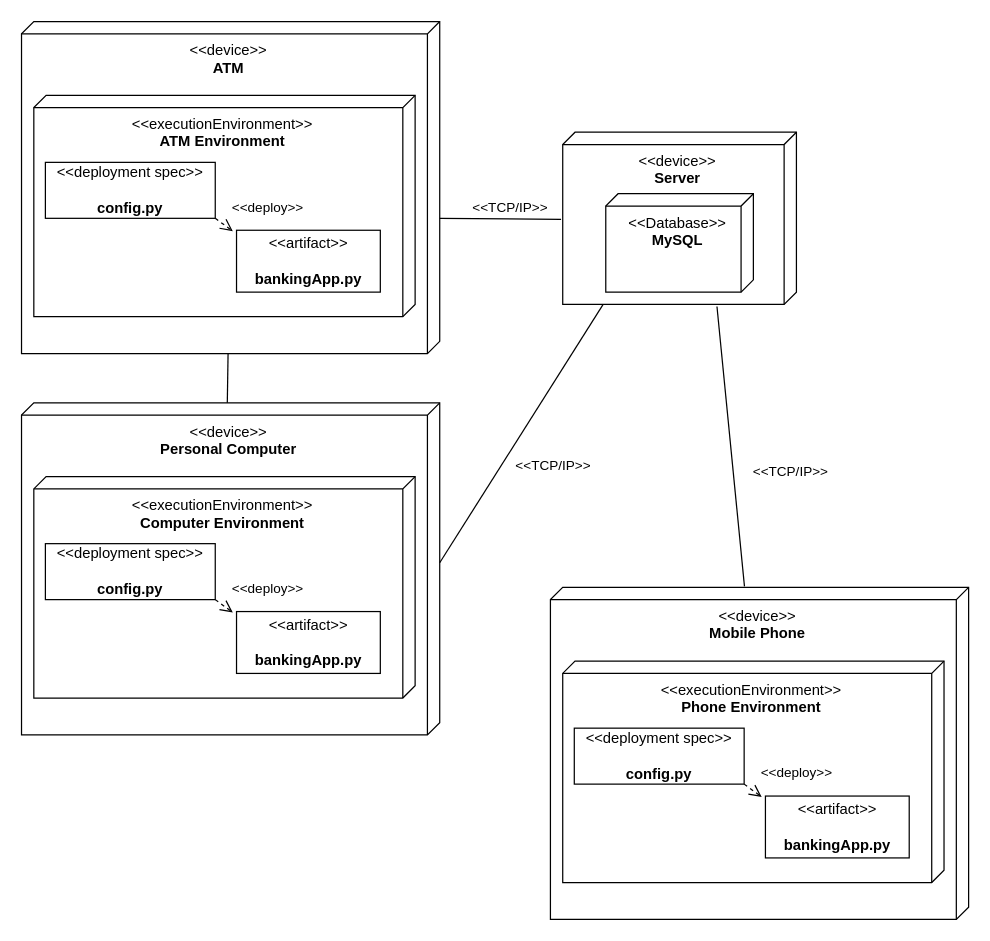
Above: Deployment.drawio in CKozlowski01/CMP9134-SoftwareEngineering (draw.io), before the change. Source tidied: cells renumbered, new cells numbered last; positions are measured from the earlier drawing's top-left corner, leaving out a move shared by most shapes. Both pictures are drawn from the tidied source at 123%, with x=0, y=0 at pixel (21, 21).
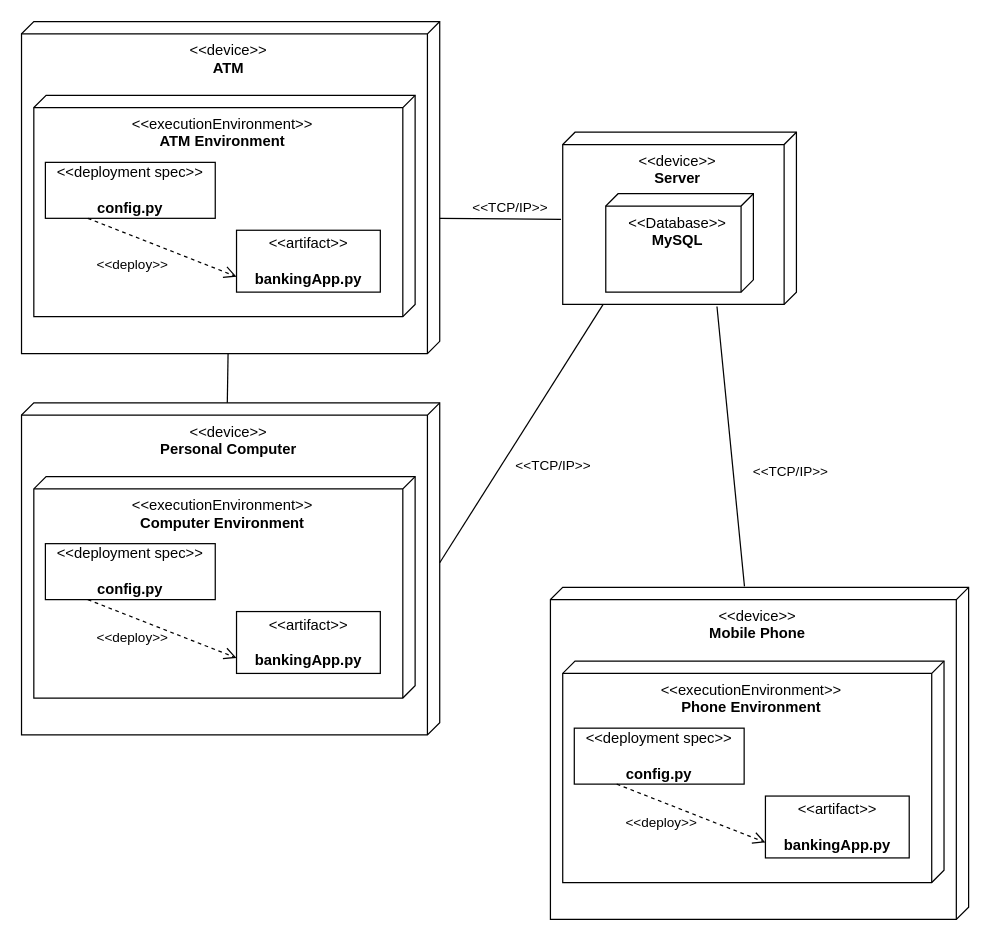
After the change.

Unchanged cells that the change refers to:
```xml
<mxCell id="3" value="&amp;lt;&amp;lt;device&amp;gt;&amp;gt;&lt;br&gt;&lt;b&gt;ATM&lt;/b&gt;" style="verticalAlign=top;align=center;shape=cube;size=10;direction=south;fontStyle=0;html=1;boundedLbl=1;spacingLeft=5;" parent="1" vertex="1">
  <mxGeometry width="340" height="270" as="geometry" />
</mxCell>
<mxCell id="5" value="&amp;lt;&amp;lt;deployment spec&amp;gt;&amp;gt;&lt;br&gt;&lt;br&gt;&lt;b&gt;config.py&lt;/b&gt;" style="html=1;align=center;verticalAlign=middle;dashed=0;" parent="3" vertex="1">
  <mxGeometry x="19.4" y="114.5" width="138.1" height="45.5" as="geometry" />
</mxCell>
<mxCell id="6" value="&amp;lt;&amp;lt;artifact&amp;gt;&amp;gt;&lt;br&gt;&lt;br&gt;&lt;b&gt;bankingApp.py&lt;/b&gt;" style="html=1;align=center;verticalAlign=middle;dashed=0;" parent="3" vertex="1">
  <mxGeometry x="174.8" y="169.7" width="116.9" height="50.3" as="geometry" />
</mxCell>
<mxCell id="11" value="&amp;lt;&amp;lt;device&amp;gt;&amp;gt;&lt;br&gt;&lt;b&gt;Personal Computer&lt;/b&gt;" style="verticalAlign=top;align=center;shape=cube;size=10;direction=south;fontStyle=0;html=1;boundedLbl=1;spacingLeft=5;" parent="1" vertex="1">
  <mxGeometry y="310" width="340" height="270" as="geometry" />
</mxCell>
<mxCell id="13" value="&amp;lt;&amp;lt;deployment spec&amp;gt;&amp;gt;&lt;br&gt;&lt;br&gt;&lt;b&gt;config.py&lt;/b&gt;" style="html=1;align=center;verticalAlign=middle;dashed=0;" parent="11" vertex="1">
  <mxGeometry x="19.4" y="114.5" width="138.1" height="45.5" as="geometry" />
</mxCell>
<mxCell id="14" value="&amp;lt;&amp;lt;artifact&amp;gt;&amp;gt;&lt;br&gt;&lt;br&gt;&lt;b&gt;bankingApp.py&lt;/b&gt;" style="html=1;align=center;verticalAlign=middle;dashed=0;" parent="11" vertex="1">
  <mxGeometry x="174.8" y="169.7" width="116.9" height="50.3" as="geometry" />
</mxCell>
<mxCell id="17" value="&amp;lt;&amp;lt;device&amp;gt;&amp;gt;&lt;br&gt;&lt;b&gt;Mobile Phone&lt;/b&gt;" style="verticalAlign=top;align=center;shape=cube;size=10;direction=south;fontStyle=0;html=1;boundedLbl=1;spacingLeft=5;" parent="1" vertex="1">
  <mxGeometry x="430" y="460" width="340" height="270" as="geometry" />
</mxCell>
<mxCell id="19" value="&amp;lt;&amp;lt;deployment spec&amp;gt;&amp;gt;&lt;br&gt;&lt;br&gt;&lt;b&gt;config.py&lt;/b&gt;" style="html=1;align=center;verticalAlign=middle;dashed=0;" parent="17" vertex="1">
  <mxGeometry x="19.4" y="114.5" width="138.1" height="45.5" as="geometry" />
</mxCell>
<mxCell id="20" value="&amp;lt;&amp;lt;artifact&amp;gt;&amp;gt;&lt;br&gt;&lt;br&gt;&lt;b&gt;bankingApp.py&lt;/b&gt;" style="html=1;align=center;verticalAlign=middle;dashed=0;" parent="17" vertex="1">
  <mxGeometry x="174.8" y="169.7" width="116.9" height="50.3" as="geometry" />
</mxCell>
```

Change to the diagram source:
```diff
@@
-    <mxCell id="7" value="&amp;lt;&amp;lt;deploy&amp;gt;&amp;gt;" style="endArrow=open;startArrow=none;endFill=0;startFill=0;endSize=8;html=1;verticalAlign=bottom;dashed=1;labelBackgroundColor=none;exitX=1;exitY=1;exitDx=0;exitDy=0;entryX=-0.026;entryY=0.014;entryDx=0;entryDy=0;entryPerimeter=0;" parent="3" edge="1" source="5" target="6">
-      <mxGeometry x="1" y="30" relative="1" as="geometry">
-        <mxPoint x="10" y="14" as="offset" />
-      </mxGeometry>
+    <mxCell id="7" value="&amp;lt;&amp;lt;deploy&amp;gt;&amp;gt;" style="endArrow=open;startArrow=none;endFill=0;startFill=0;endSize=8;html=1;verticalAlign=bottom;dashed=1;labelBackgroundColor=none;exitX=0.25;exitY=1;exitDx=0;exitDy=0;entryX=0;entryY=0.75;entryDx=0;entryDy=0;" parent="3" edge="1" source="5" target="6">
+      <mxGeometry x="-0.22" y="-31" relative="1" as="geometry" />
     </mxCell>
@@
-    <mxCell id="15" value="&amp;lt;&amp;lt;deploy&amp;gt;&amp;gt;" style="endArrow=open;startArrow=none;endFill=0;startFill=0;endSize=8;html=1;verticalAlign=bottom;dashed=1;labelBackgroundColor=none;exitX=1;exitY=1;exitDx=0;exitDy=0;entryX=-0.026;entryY=0.014;entryDx=0;entryDy=0;entryPerimeter=0;" parent="11" edge="1" source="13" target="14">
-      <mxGeometry x="1" y="30" relative="1" as="geometry">
-        <mxPoint x="10" y="14" as="offset" />
-      </mxGeometry>
+    <mxCell id="15" value="&amp;lt;&amp;lt;deploy&amp;gt;&amp;gt;" style="endArrow=open;startArrow=none;endFill=0;startFill=0;endSize=8;html=1;verticalAlign=bottom;dashed=1;labelBackgroundColor=none;exitX=0.25;exitY=1;exitDx=0;exitDy=0;entryX=0;entryY=0.75;entryDx=0;entryDy=0;" parent="11" edge="1" source="13" target="14">
+      <mxGeometry x="-0.26" y="-24" relative="1" as="geometry" />
     </mxCell>
@@
-    <mxCell id="21" value="&amp;lt;&amp;lt;deploy&amp;gt;&amp;gt;" style="endArrow=open;startArrow=none;endFill=0;startFill=0;endSize=8;html=1;verticalAlign=bottom;dashed=1;labelBackgroundColor=none;exitX=1;exitY=1;exitDx=0;exitDy=0;entryX=-0.026;entryY=0.014;entryDx=0;entryDy=0;entryPerimeter=0;" parent="17" edge="1" source="19" target="20">
-      <mxGeometry x="1" y="30" relative="1" as="geometry">
-        <mxPoint x="10" y="14" as="offset" />
-      </mxGeometry>
+    <mxCell id="21" value="&amp;lt;&amp;lt;deploy&amp;gt;&amp;gt;" style="endArrow=open;startArrow=none;endFill=0;startFill=0;endSize=8;html=1;verticalAlign=bottom;dashed=1;labelBackgroundColor=none;exitX=0.25;exitY=1;exitDx=0;exitDy=0;entryX=0;entryY=0.75;entryDx=0;entryDy=0;" parent="17" edge="1" source="19" target="20">
+      <mxGeometry x="-0.26" y="-24" relative="1" as="geometry" />
     </mxCell>
```
